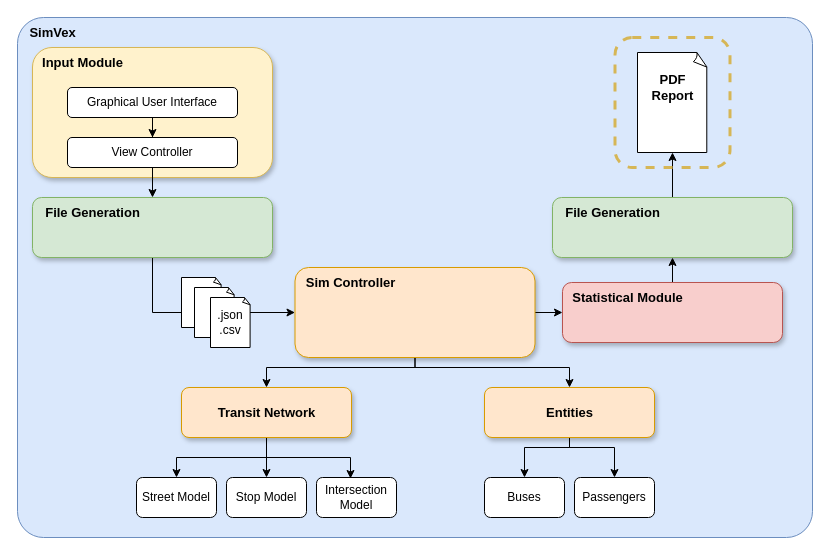
Above: page "Architecture" (1 of 8) of Documentation/Diagrams.drawio in SebastianGonzalezRP/SimVex (draw.io), before the change. Source tidied: cells renumbered, new cells numbered last; positions are measured from the earlier drawing's top-left corner, leaving out a move shared by most shapes. Both pictures are drawn from the tidied source at 100%, with x=0, y=0 at pixel (17, 17).
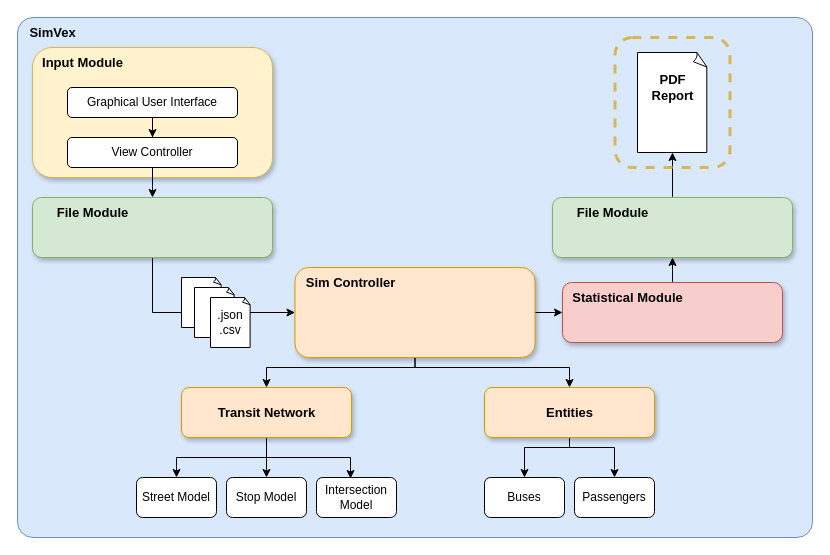
The same page after the edit.

The edit, as a diff of the source:
```diff
@@
-    <mxCell id="2" style="rounded=1;whiteSpace=wrap;html=1;fillColor=#dae8fc;strokeColor=#6c8ebf;arcSize=5;" parent="1" vertex="1">
+    <mxCell id="2" style="rounded=1;whiteSpace=wrap;html=1;fillColor=#dae8fc;strokeColor=#6c8ebf;arcSize=3;" parent="1" vertex="1">
       <mxGeometry width="795" height="520" as="geometry" />
     </mxCell>
@@
-    <mxCell id="12" value="&lt;div style=&quot;text-align: justify;&quot;&gt;&lt;span style=&quot;background-color: initial;&quot;&gt;&lt;font style=&quot;font-size: 13px;&quot;&gt;&lt;b&gt;File Generation&lt;/b&gt;&lt;/font&gt;&lt;/span&gt;&lt;/div&gt;" style="text;html=1;align=center;verticalAlign=middle;strokeColor=none;fillColor=none;" parent="1" vertex="1">
-      <mxGeometry x="15" y="180" width="120" height="30" as="geometry" />
+    <mxCell id="12" value="&lt;div style=&quot;text-align: justify;&quot;&gt;&lt;span style=&quot;background-color: initial;&quot;&gt;&lt;font style=&quot;font-size: 13px;&quot;&gt;&lt;b&gt;File Module&lt;/b&gt;&lt;/font&gt;&lt;/span&gt;&lt;/div&gt;" style="text;html=1;align=center;verticalAlign=middle;strokeColor=none;fillColor=none;" parent="1" vertex="1">
+      <mxGeometry x="25" y="180" width="100" height="30" as="geometry" />
     </mxCell>
@@
-    <mxCell id="34" value="&lt;div style=&quot;text-align: justify;&quot;&gt;&lt;span style=&quot;background-color: initial;&quot;&gt;&lt;font style=&quot;font-size: 13px;&quot;&gt;&lt;b&gt;File Generation&lt;/b&gt;&lt;/font&gt;&lt;/span&gt;&lt;/div&gt;" style="text;html=1;align=center;verticalAlign=middle;strokeColor=none;fillColor=none;" parent="1" vertex="1">
-      <mxGeometry x="535" y="180" width="120" height="30" as="geometry" />
+    <mxCell id="34" value="&lt;div style=&quot;text-align: justify;&quot;&gt;&lt;span style=&quot;background-color: initial;&quot;&gt;&lt;font style=&quot;font-size: 13px;&quot;&gt;&lt;b&gt;File Module&lt;/b&gt;&lt;/font&gt;&lt;/span&gt;&lt;/div&gt;" style="text;html=1;align=center;verticalAlign=middle;strokeColor=none;fillColor=none;" parent="1" vertex="1">
+      <mxGeometry x="545" y="180" width="100" height="30" as="geometry" />
     </mxCell>
```
